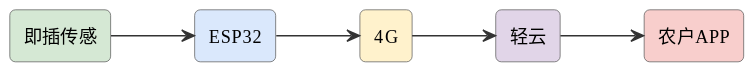
Earlier version of the PlantUML export assets/diagrams/ideas-fig25.svg (mingyi0818/IntelligentMcuCourse). Its diagram source:
```plantuml
@startuml
skinparam defaultFontName "Microsoft YaHei"
skinparam rectangleRoundCorner 8
skinparam rectangleBorderColor #555
skinparam rectangleFontSize 13
skinparam arrowFontSize 11
skinparam arrowColor #333
left to right direction
rectangle "即插传感" as mod #d5e8d4
rectangle "ESP32" as esp #dae8fc
rectangle "4G" as g #fff2cc
rectangle "轻云" as cloud #e1d5e8
rectangle "农户APP" as app #f8cecc
mod --> esp
esp --> g
g --> cloud
cloud --> app
@enduml
```
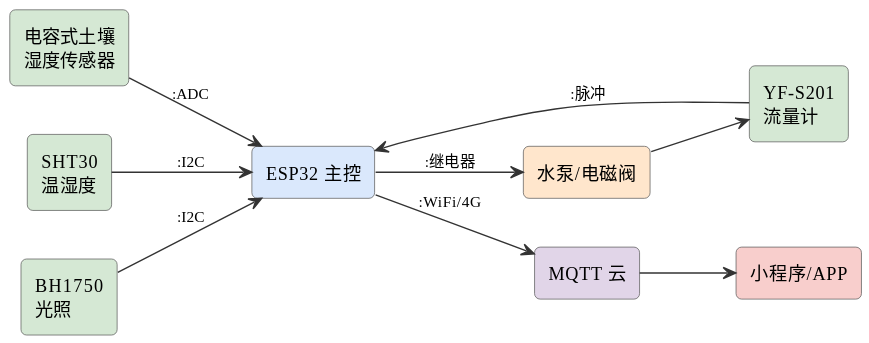
After the change.

What changed in the source:
```diff
@@ -6,13 +6,20 @@
 skinparam arrowFontSize 11
 skinparam arrowColor #333
 left to right direction
-rectangle "即插传感" as mod #d5e8d4
-rectangle "ESP32" as esp #dae8fc
-rectangle "4G" as g #fff2cc
-rectangle "轻云" as cloud #e1d5e8
-rectangle "农户APP" as app #f8cecc
-mod --> esp
-esp --> g
-g --> cloud
-cloud --> app
+rectangle "电容式土壤\n湿度传感器" as soil #d5e8d4
+rectangle "SHT30\n温湿度" as sht #d5e8d4
+rectangle "BH1750\n光照" as lux #d5e8d4
+rectangle "ESP32 主控" as esp #dae8fc
+rectangle "水泵/电磁阀" as pump #ffe6cc
+rectangle "YF-S201\n流量计" as flow #d5e8d4
+rectangle "MQTT 云" as mqtt #e1d5e8
+rectangle "小程序/APP" as app #f8cecc
+soil --> esp : :ADC
+sht --> esp : :I2C
+lux --> esp : :I2C
+esp --> pump : :继电器
+pump --> flow
+flow --> esp : :脉冲
+esp --> mqtt : :WiFi/4G
+mqtt --> app
 @enduml
```
